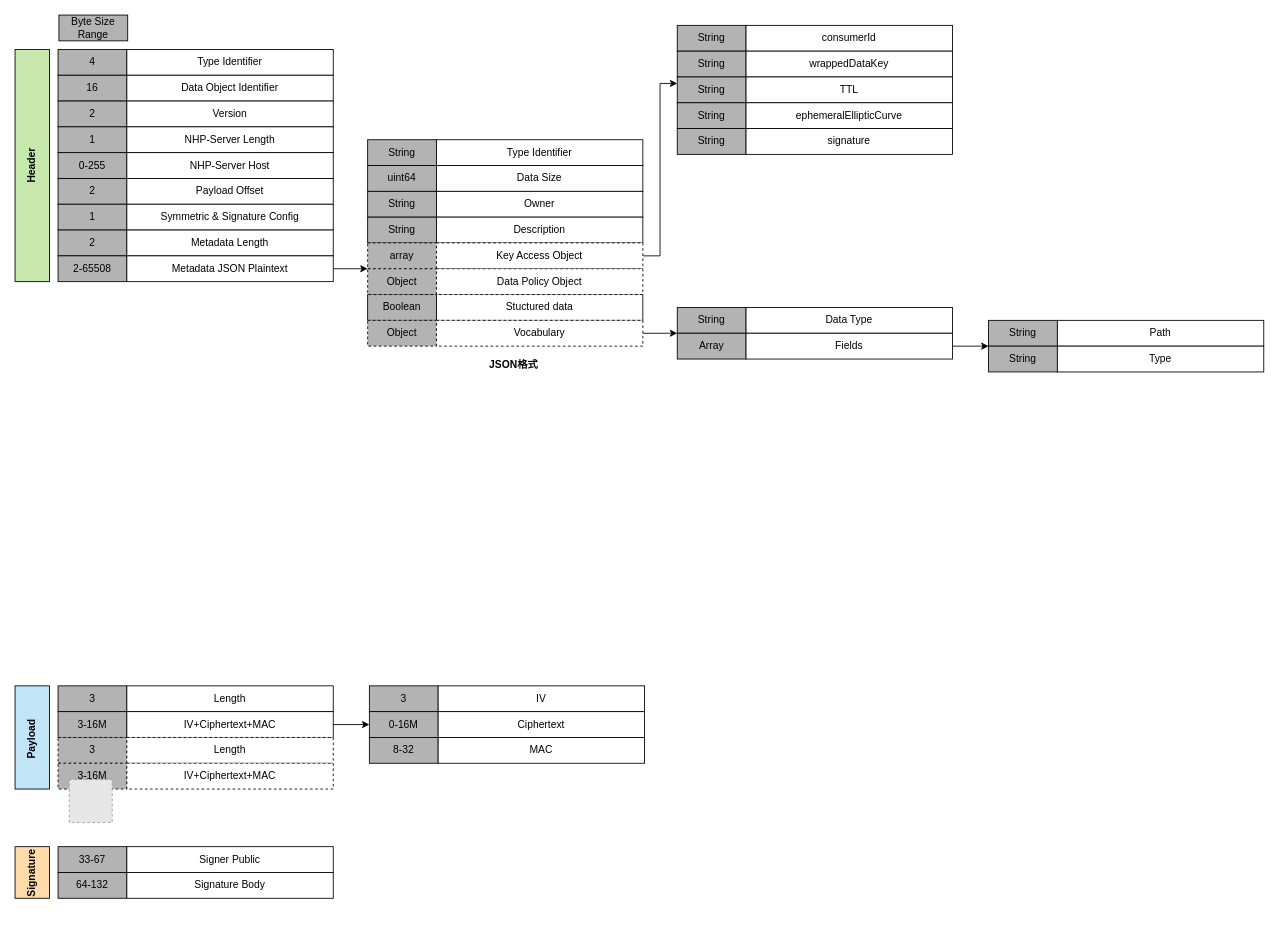
Earlier version of the draw.io diagram dhp/ZTDO.structure.drawio (wenhulove333/opendhp). Source tidied: cells renumbered, new cells numbered last; positions are measured from the earlier drawing's top-left corner, leaving out a move shared by most shapes. Both pictures are drawn from the tidied source at 86%, with x=0, y=0 at pixel (6, 15). Pictures stored in the file or linked from it are replaced by grey dashed boxes.
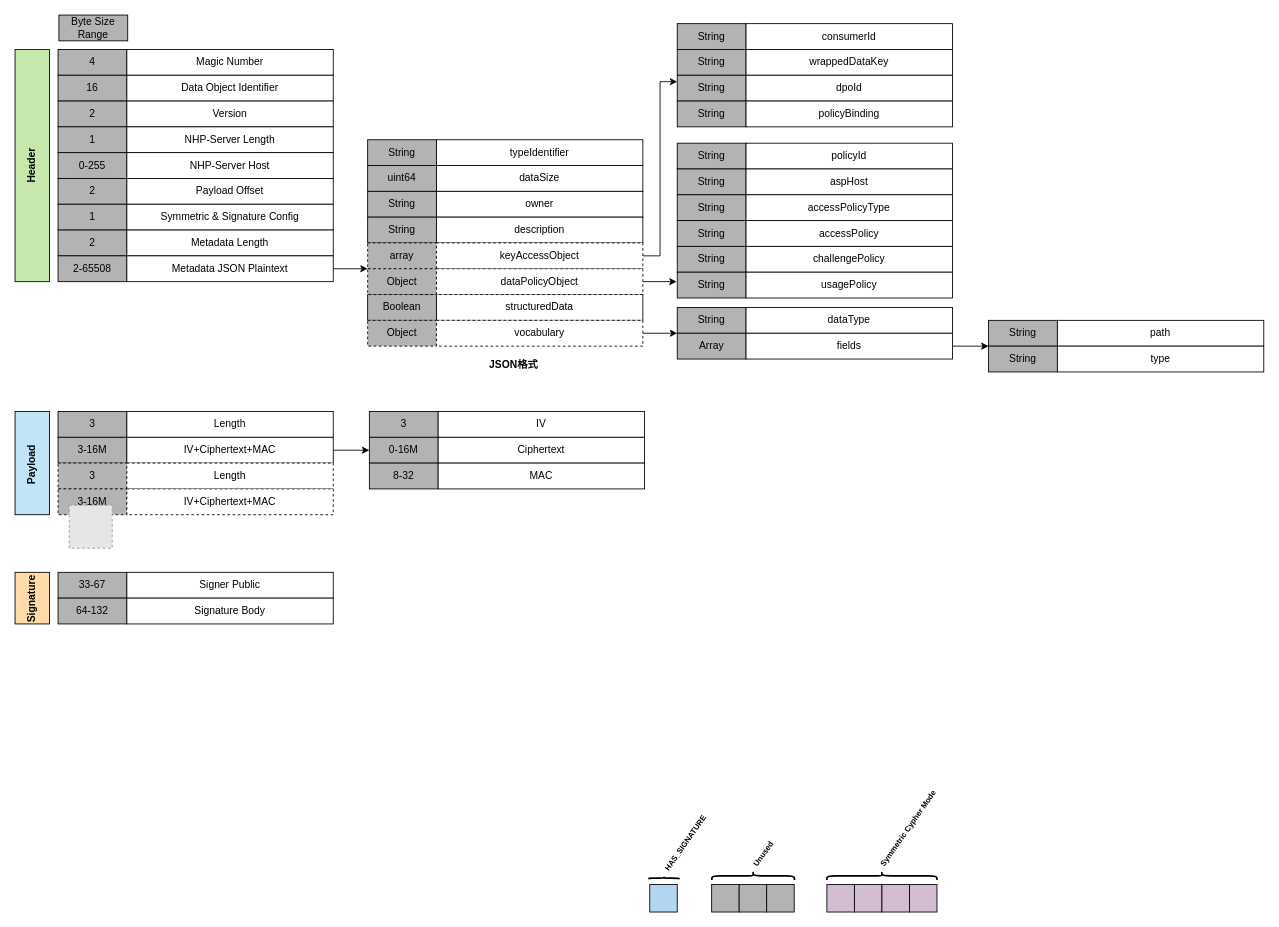
The same page after the edit.

Change to the diagram source:
```diff
@@
     <mxCell id="2" style="group;" parent="1" vertex="1">
-      <mxGeometry x="10" y="780" width="732" height="120" as="geometry" />
+      <mxGeometry x="10" y="461" width="732" height="120" as="geometry" />
     </mxCell>
@@
     <mxCell id="21" style="fillColor=#E6E6E6;strokeColor=#999999;dashed=1;html=1;verticalAlign=top;verticalLabelPosition=bottom;labelBackgroundColor=#ffffff;" parent="1" vertex="1">
-      <mxGeometry x="73" y="889" width="50" height="50" as="geometry" />
+      <mxGeometry x="73" y="570" width="50" height="50" as="geometry" />
     </mxCell>
@@
     <mxCell id="23" style="rounded=0;whiteSpace=wrap;html=1;fillColor=light-dark(#ffdba9, #319eff);fontColor=#ffffff;strokeColor=default;" parent="1" vertex="1">
-      <mxGeometry x="10" y="967" width="40" height="60" as="geometry" />
+      <mxGeometry x="10" y="648" width="40" height="60" as="geometry" />
     </mxCell>
     <mxCell id="24" value="33-67" style="rounded=0;whiteSpace=wrap;html=1;fillColor=#B3B3B3;strokeColor=default;" parent="1" vertex="1">
-      <mxGeometry x="60" y="967" width="80" height="30" as="geometry" />
+      <mxGeometry x="60" y="648" width="80" height="30" as="geometry" />
     </mxCell>
     <mxCell id="25" value="Signer Public" style="rounded=0;whiteSpace=wrap;html=1;" parent="1" vertex="1">
-      <mxGeometry x="140" y="967" width="240" height="30" as="geometry" />
+      <mxGeometry x="140" y="648" width="240" height="30" as="geometry" />
     </mxCell>
     <mxCell id="26" value="64-132" style="rounded=0;whiteSpace=wrap;html=1;fillColor=#B3B3B3;strokeColor=default;" parent="1" vertex="1">
-      <mxGeometry x="60" y="997" width="80" height="30" as="geometry" />
+      <mxGeometry x="60" y="678" width="80" height="30" as="geometry" />
     </mxCell>
     <mxCell id="27" value="Signature Body" style="rounded=0;whiteSpace=wrap;html=1;" parent="1" vertex="1">
-      <mxGeometry x="140" y="997" width="240" height="30" as="geometry" />
+      <mxGeometry x="140" y="678" width="240" height="30" as="geometry" />
     </mxCell>
     <mxCell id="28" value="&lt;b&gt;Signature&lt;/b&gt;" style="text;html=1;align=center;verticalAlign=middle;whiteSpace=wrap;rounded=0;rotation=-90;" parent="1" vertex="1">
-      <mxGeometry y="983" width="60" height="30" as="geometry" />
+      <mxGeometry y="664" width="60" height="30" as="geometry" />
     </mxCell>
@@
-    <mxCell id="31" value="Type Identifier" style="rounded=0;whiteSpace=wrap;html=1;" parent="1" vertex="1">
+    <mxCell id="31" value="Magic Number" style="rounded=0;whiteSpace=wrap;html=1;" parent="1" vertex="1">
       <mxGeometry x="140" y="40" width="240" height="30" as="geometry" />
     </mxCell>
@@
-    <mxCell id="45" value="Type Identifier" style="rounded=0;whiteSpace=wrap;html=1;" parent="1" vertex="1">
+    <mxCell id="45" value="typeIdentifier" style="rounded=0;whiteSpace=wrap;html=1;" parent="1" vertex="1">
       <mxGeometry x="500" y="145" width="240" height="30" as="geometry" />
     </mxCell>
@@
-    <mxCell id="47" value="Data Size" style="rounded=0;whiteSpace=wrap;html=1;" parent="1" vertex="1">
+    <mxCell id="47" value="dataSize" style="rounded=0;whiteSpace=wrap;html=1;" parent="1" vertex="1">
       <mxGeometry x="500" y="175" width="240" height="30" as="geometry" />
     </mxCell>
@@
-    <mxCell id="49" value="Owner" style="rounded=0;whiteSpace=wrap;html=1;" parent="1" vertex="1">
+    <mxCell id="49" value="owner" style="rounded=0;whiteSpace=wrap;html=1;" parent="1" vertex="1">
       <mxGeometry x="500" y="205" width="240" height="30" as="geometry" />
     </mxCell>
@@
-    <mxCell id="51" value="Description" style="rounded=0;whiteSpace=wrap;html=1;" parent="1" vertex="1">
+    <mxCell id="51" value="description" style="rounded=0;whiteSpace=wrap;html=1;" parent="1" vertex="1">
       <mxGeometry x="500" y="235" width="240" height="30" as="geometry" />
     </mxCell>
@@
-    <mxCell id="54" value="Key Access Object" style="rounded=0;whiteSpace=wrap;html=1;dashed=1;" parent="1" vertex="1">
+    <mxCell id="54" value="keyAccessObject" style="rounded=0;whiteSpace=wrap;html=1;dashed=1;" parent="1" vertex="1">
       <mxGeometry x="500" y="265" width="240" height="30" as="geometry" />
     </mxCell>
@@
-    <mxCell id="59" value="Data Type" style="rounded=0;whiteSpace=wrap;html=1;" parent="1" vertex="1">
+    <mxCell id="59" value="dataType" style="rounded=0;whiteSpace=wrap;html=1;" parent="1" vertex="1">
       <mxGeometry x="860" y="340" width="240" height="30" as="geometry" />
     </mxCell>
@@
-    <mxCell id="62" value="Fields" style="rounded=0;whiteSpace=wrap;html=1;" parent="1" vertex="1">
+    <mxCell id="62" value="fields" style="rounded=0;whiteSpace=wrap;html=1;" parent="1" vertex="1">
       <mxGeometry x="860" y="370" width="240" height="30" as="geometry" />
     </mxCell>
@@
-    <mxCell id="64" value="Path" style="rounded=0;whiteSpace=wrap;html=1;" parent="1" vertex="1">
+    <mxCell id="64" value="path" style="rounded=0;whiteSpace=wrap;html=1;" parent="1" vertex="1">
       <mxGeometry x="1222" y="355" width="240" height="30" as="geometry" />
     </mxCell>
@@
-    <mxCell id="66" value="Type" style="rounded=0;whiteSpace=wrap;html=1;" parent="1" vertex="1">
+    <mxCell id="66" value="type" style="rounded=0;whiteSpace=wrap;html=1;" parent="1" vertex="1">
       <mxGeometry x="1222" y="385" width="240" height="30" as="geometry" />
     </mxCell>
@@
-    <mxCell id="72" value="Stuctured data" style="rounded=0;whiteSpace=wrap;html=1;" parent="1" vertex="1">
+    <mxCell id="72" value="structuredData" style="rounded=0;whiteSpace=wrap;html=1;" parent="1" vertex="1">
       <mxGeometry x="500" y="325" width="240" height="30" as="geometry" />
     </mxCell>
@@
+    <mxCell id="88" style="edgeStyle=orthogonalEdgeStyle;rounded=0;jettySize=auto;html=1;exitX=1;exitY=0.5;exitDx=0;exitDy=0;entryX=-0.009;entryY=0.379;entryDx=0;entryDy=0;entryPerimeter=0;" parent="1" edge="1" source="74" target="99">
+      <mxGeometry relative="1" as="geometry" />
+    </mxCell>
-    <mxCell id="74" value="Data Policy Object" style="rounded=0;whiteSpace=wrap;html=1;dashed=1;" parent="1" vertex="1">
+    <mxCell id="74" value="dataPolicyObject" style="rounded=0;whiteSpace=wrap;html=1;dashed=1;" parent="1" vertex="1">
       <mxGeometry x="500" y="295" width="240" height="30" as="geometry" />
     </mxCell>
@@
-    <mxCell id="77" value="Vocabulary" style="rounded=0;whiteSpace=wrap;html=1;dashed=1;" parent="1" vertex="1">
+    <mxCell id="77" value="vocabulary" style="rounded=0;whiteSpace=wrap;html=1;dashed=1;" parent="1" vertex="1">
       <mxGeometry x="500" y="355" width="240" height="30" as="geometry" />
     </mxCell>
     <mxCell id="78" value="String" style="rounded=0;whiteSpace=wrap;html=1;fillColor=#B3B3B3;strokeColor=default;" parent="1" vertex="1">
-      <mxGeometry x="780" y="12" width="80" height="30" as="geometry" />
+      <mxGeometry x="780" y="10" width="80" height="30" as="geometry" />
     </mxCell>
     <mxCell id="79" value="consumerId" style="rounded=0;whiteSpace=wrap;html=1;" parent="1" vertex="1">
-      <mxGeometry x="860" y="12" width="240" height="30" as="geometry" />
+      <mxGeometry x="860" y="10" width="240" height="30" as="geometry" />
     </mxCell>
     <mxCell id="80" value="String" style="rounded=0;whiteSpace=wrap;html=1;fillColor=#B3B3B3;strokeColor=default;" parent="1" vertex="1">
-      <mxGeometry x="780" y="42" width="80" height="30" as="geometry" />
+      <mxGeometry x="780" y="40" width="80" height="30" as="geometry" />
     </mxCell>
     <mxCell id="81" value="wrappedDataKey" style="rounded=0;whiteSpace=wrap;html=1;" parent="1" vertex="1">
-      <mxGeometry x="860" y="42" width="240" height="30" as="geometry" />
+      <mxGeometry x="860" y="40" width="240" height="30" as="geometry" />
     </mxCell>
     <mxCell id="82" value="String" style="rounded=0;whiteSpace=wrap;html=1;fillColor=#B3B3B3;strokeColor=default;" parent="1" vertex="1">
-      <mxGeometry x="780" y="72" width="80" height="30" as="geometry" />
+      <mxGeometry x="780" y="70" width="80" height="30" as="geometry" />
     </mxCell>
-    <mxCell id="83" value="TTL" style="rounded=0;whiteSpace=wrap;html=1;" parent="1" vertex="1">
-      <mxGeometry x="860" y="72" width="240" height="30" as="geometry" />
+    <mxCell id="83" value="dpoId" style="rounded=0;whiteSpace=wrap;html=1;" parent="1" vertex="1">
+      <mxGeometry x="860" y="70" width="240" height="30" as="geometry" />
     </mxCell>
     <mxCell id="84" value="String" style="rounded=0;whiteSpace=wrap;html=1;fillColor=#B3B3B3;strokeColor=default;" parent="1" vertex="1">
-      <mxGeometry x="780" y="102" width="80" height="30" as="geometry" />
+      <mxGeometry x="780" y="100" width="80" height="30" as="geometry" />
     </mxCell>
-    <mxCell id="85" value="ephemeralEllipticCurve" style="rounded=0;whiteSpace=wrap;html=1;" parent="1" vertex="1">
-      <mxGeometry x="860" y="102" width="240" height="30" as="geometry" />
+    <mxCell id="85" value="policyBinding" style="rounded=0;whiteSpace=wrap;html=1;" parent="1" vertex="1">
+      <mxGeometry x="860" y="100" width="240" height="30" as="geometry" />
     </mxCell>
-    <mxCell id="86" value="String" style="rounded=0;whiteSpace=wrap;html=1;fillColor=#B3B3B3;strokeColor=default;" parent="1" vertex="1">
-      <mxGeometry x="780" y="132" width="80" height="30" as="geometry" />
-    </mxCell>
-    <mxCell id="87" value="signature" style="rounded=0;whiteSpace=wrap;html=1;" parent="1" vertex="1">
-      <mxGeometry x="860" y="132" width="240" height="30" as="geometry" />
-    </mxCell>
+    <mxCell id="89" value="String" style="rounded=0;whiteSpace=wrap;html=1;fillColor=#B3B3B3;strokeColor=default;" parent="1" vertex="1">
+      <mxGeometry x="780" y="149" width="80" height="30" as="geometry" />
+    </mxCell>
+    <mxCell id="90" value="policyId" style="rounded=0;whiteSpace=wrap;html=1;" parent="1" vertex="1">
+      <mxGeometry x="860" y="149" width="240" height="30" as="geometry" />
+    </mxCell>
+    <mxCell id="91" value="String" style="rounded=0;whiteSpace=wrap;html=1;fillColor=#B3B3B3;strokeColor=default;" parent="1" vertex="1">
+      <mxGeometry x="780" y="179" width="80" height="30" as="geometry" />
+    </mxCell>
+    <mxCell id="92" value="aspHost" style="rounded=0;whiteSpace=wrap;html=1;" parent="1" vertex="1">
+      <mxGeometry x="860" y="179" width="240" height="30" as="geometry" />
+    </mxCell>
+    <mxCell id="93" value="String" style="rounded=0;whiteSpace=wrap;html=1;fillColor=#B3B3B3;strokeColor=default;" parent="1" vertex="1">
+      <mxGeometry x="780" y="209" width="80" height="30" as="geometry" />
+    </mxCell>
+    <mxCell id="94" value="accessPolicyType" style="rounded=0;whiteSpace=wrap;html=1;" parent="1" vertex="1">
+      <mxGeometry x="860" y="209" width="240" height="30" as="geometry" />
+    </mxCell>
+    <mxCell id="95" value="String" style="rounded=0;whiteSpace=wrap;html=1;fillColor=#B3B3B3;strokeColor=default;" parent="1" vertex="1">
+      <mxGeometry x="780" y="239" width="80" height="30" as="geometry" />
+    </mxCell>
+    <mxCell id="96" value="accessPolicy" style="rounded=0;whiteSpace=wrap;html=1;" parent="1" vertex="1">
+      <mxGeometry x="860" y="239" width="240" height="30" as="geometry" />
+    </mxCell>
+    <mxCell id="97" value="String" style="rounded=0;whiteSpace=wrap;html=1;fillColor=#B3B3B3;strokeColor=default;" parent="1" vertex="1">
+      <mxGeometry x="780" y="269" width="80" height="30" as="geometry" />
+    </mxCell>
+    <mxCell id="98" value="challengePolicy" style="rounded=0;whiteSpace=wrap;html=1;" parent="1" vertex="1">
+      <mxGeometry x="860" y="269" width="240" height="30" as="geometry" />
+    </mxCell>
+    <mxCell id="99" value="String" style="rounded=0;whiteSpace=wrap;html=1;fillColor=#B3B3B3;strokeColor=default;" parent="1" vertex="1">
+      <mxGeometry x="780" y="299" width="80" height="30" as="geometry" />
+    </mxCell>
+    <mxCell id="100" value="usagePolicy" style="rounded=0;whiteSpace=wrap;html=1;" parent="1" vertex="1">
+      <mxGeometry x="860" y="299" width="240" height="30" as="geometry" />
+    </mxCell>
+    <mxCell id="101" style="rounded=0;whiteSpace=wrap;html=1;fillColor=light-dark(#b2d6ef, #ededed);" parent="1" vertex="1">
+      <mxGeometry x="748" y="1011" width="32" height="32" as="geometry" />
+    </mxCell>
+    <mxCell id="102" style="rounded=0;whiteSpace=wrap;html=1;fillColor=light-dark(#b3b3b3, #ededed);" parent="1" vertex="1">
+      <mxGeometry x="820" y="1011" width="32" height="32" as="geometry" />
+    </mxCell>
+    <mxCell id="103" style="rounded=0;whiteSpace=wrap;html=1;fillColor=light-dark(#b3b3b3, #ededed);" parent="1" vertex="1">
+      <mxGeometry x="852" y="1011" width="32" height="32" as="geometry" />
+    </mxCell>
+    <mxCell id="104" style="rounded=0;whiteSpace=wrap;html=1;fillColor=light-dark(#b3b3b3, #ededed);" parent="1" vertex="1">
+      <mxGeometry x="884" y="1011" width="32" height="32" as="geometry" />
+    </mxCell>
+    <mxCell id="105" style="rounded=0;whiteSpace=wrap;html=1;fillColor=light-dark(#d1bcd2, #ededed);" parent="1" vertex="1">
+      <mxGeometry x="954" y="1011" width="32" height="32" as="geometry" />
+    </mxCell>
+    <mxCell id="106" style="rounded=0;whiteSpace=wrap;html=1;fillColor=light-dark(#d1bcd2, #ededed);" parent="1" vertex="1">
+      <mxGeometry x="986" y="1011" width="32" height="32" as="geometry" />
+    </mxCell>
+    <mxCell id="107" style="rounded=0;whiteSpace=wrap;html=1;fillColor=light-dark(#d1bcd2, #ededed);" parent="1" vertex="1">
+      <mxGeometry x="1018" y="1011" width="32" height="32" as="geometry" />
+    </mxCell>
+    <mxCell id="108" style="rounded=0;whiteSpace=wrap;html=1;fillColor=light-dark(#d1bcd2, #ededed);" parent="1" vertex="1">
+      <mxGeometry x="1050" y="1011" width="32" height="32" as="geometry" />
+    </mxCell>
+    <mxCell id="109" style="shape=curlyBracket;whiteSpace=wrap;html=1;rounded=1;labelPosition=left;verticalLabelPosition=middle;align=right;verticalAlign=middle;rotation=90;strokeWidth=2;" parent="1" vertex="1">
+      <mxGeometry x="763.4" y="986.1" width="2.5" height="35.2" as="geometry" />
+    </mxCell>
+    <mxCell id="110" style="shape=curlyBracket;whiteSpace=wrap;html=1;rounded=1;labelPosition=left;verticalLabelPosition=middle;align=right;verticalAlign=middle;rotation=90;strokeWidth=2;" parent="1" vertex="1">
+      <mxGeometry x="863.5" y="953" width="9.5" height="96" as="geometry" />
+    </mxCell>
+    <mxCell id="111" style="shape=curlyBracket;whiteSpace=wrap;html=1;rounded=1;labelPosition=left;verticalLabelPosition=middle;align=right;verticalAlign=middle;rotation=90;strokeWidth=2;" parent="1" vertex="1">
+      <mxGeometry x="1013.2" y="937" width="9.5" height="128" as="geometry" />
+    </mxCell>
+    <mxCell id="112" value="&lt;b&gt;HAS_SIGNATURE&lt;/b&gt;" style="text;html=1;align=center;verticalAlign=middle;whiteSpace=wrap;rounded=0;fontSize=9;rotation=-55;" parent="1" vertex="1">
+      <mxGeometry x="748" y="953" width="84" height="20" as="geometry" />
+    </mxCell>
+    <mxCell id="113" value="&lt;b&gt;Unused&lt;/b&gt;" style="text;html=1;align=center;verticalAlign=middle;whiteSpace=wrap;rounded=0;fontSize=9;rotation=-55;" parent="1" vertex="1">
+      <mxGeometry x="858.7" y="965.7" width="43.1" height="20" as="geometry" />
+    </mxCell>
+    <mxCell id="114" value="&lt;b&gt;Symmetric Cypher Mode&lt;/b&gt;" style="text;html=1;align=center;verticalAlign=middle;whiteSpace=wrap;rounded=0;fontSize=9;rotation=-55;" parent="1" vertex="1">
+      <mxGeometry x="993" y="936" width="112" height="20" as="geometry" />
+    </mxCell>
```
